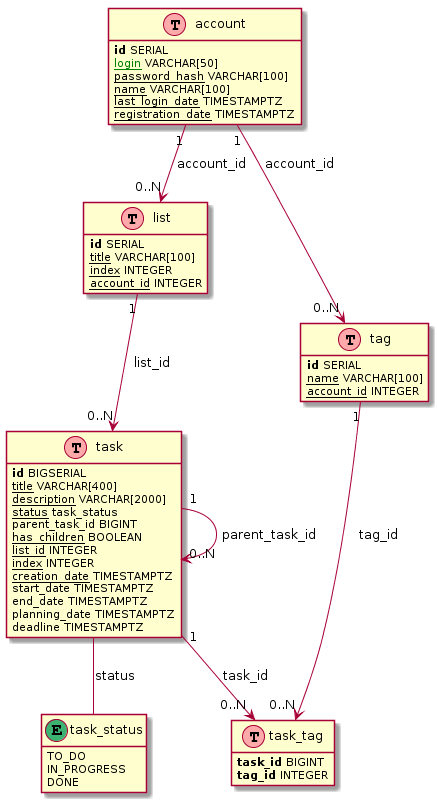
The PlantUML diagram db/noodle-db.png in Restless-Anchoret/noodle-doc, before a commit.
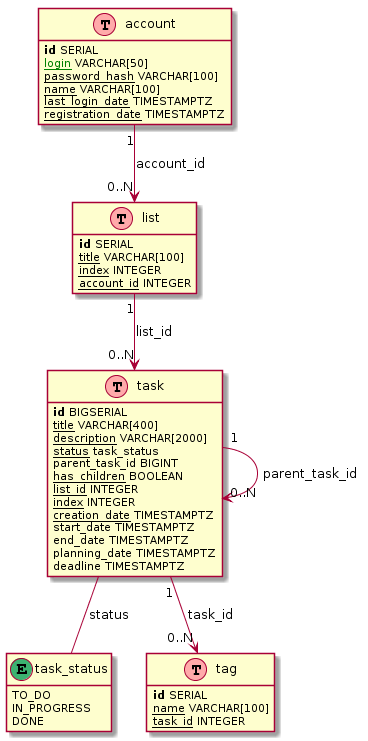
Later version of the same file.

Commit message:
Database schema was corrected.

What changed in the source:
```diff
@@ -46,21 +46,14 @@
 class tag as "tag" << (T,#FFAAAA) >> {
   <b>id</b> SERIAL
   <u>name</u> VARCHAR[100]
-  <u>account_id</u> INTEGER
-}
-
-class task_tag as "task_tag" << (T,#FFAAAA) >> {
-  <b>task_id</b> BIGINT
-  <b>tag_id</b> INTEGER
+  <u>task_id</u> INTEGER
 }
 
 
 
 account "1" --> "0..N" list : account_id
-account "1" --> "0..N" tag : account_id
 list "1" --> "0..N" task : list_id
 task "1" --> "0..N" task : parent_task_id
 task -- task_status : status
-task "1" --> "0..N" task_tag : task_id
-tag "1" --> "0..N" task_tag : tag_id
+task "1" --> "0..N" tag : task_id
 @enduml
```
